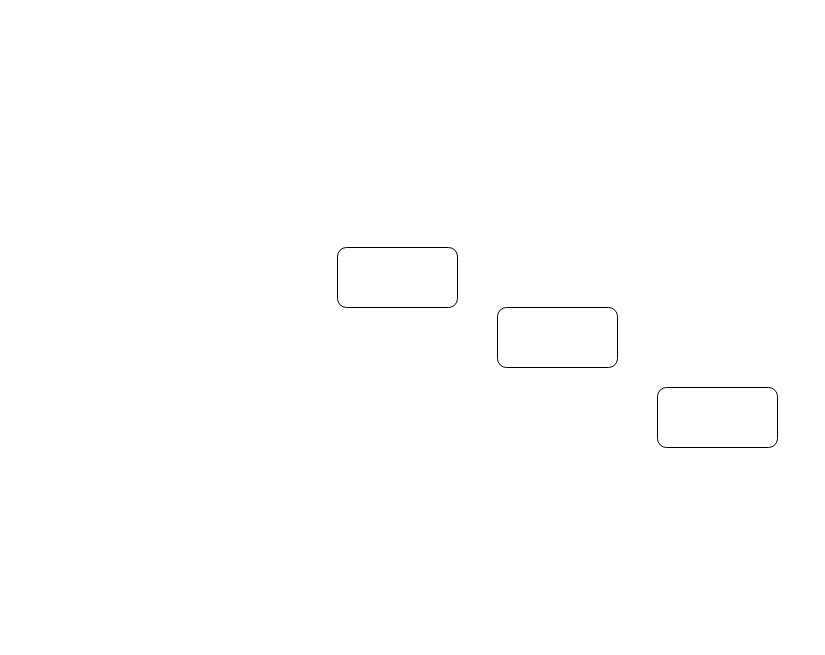
Before: Diagrama sin título.drawio in otrolemao/ModeloDatos, a draw.io diagram. Source tidied: cells renumbered, new cells numbered last; positions are measured from the earlier drawing's top-left corner, leaving out a move shared by most shapes. Both pictures are drawn from the tidied source at 100%, with x=0, y=0 at pixel (337, 247).
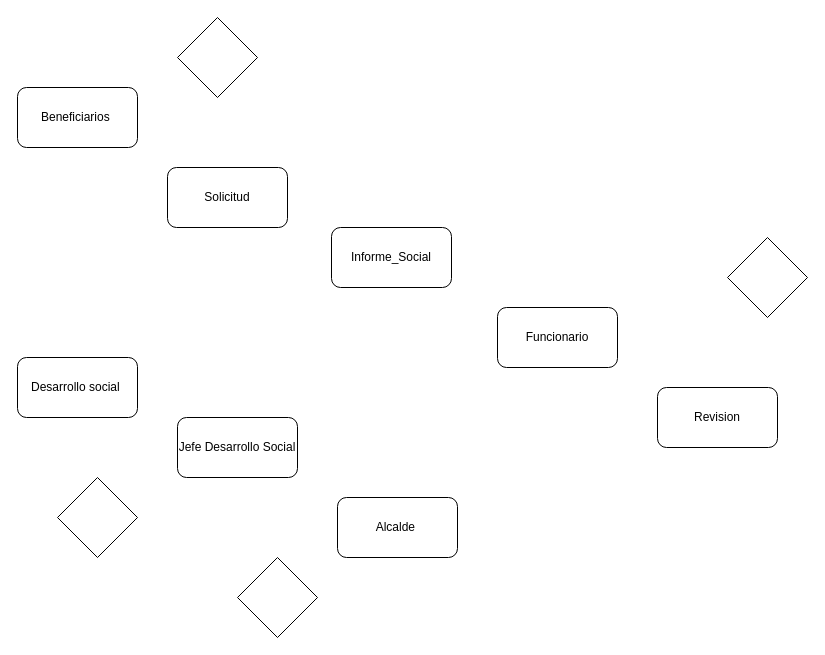
The same page after the edit.

What changed in the source:
```diff
@@
 <mxGraphModel>
   <root>
     <mxCell id="0" />
     <mxCell id="1" parent="0" />
-    <mxCell id="2" style="rounded=1;whiteSpace=wrap;html=1;" parent="1" vertex="1">
-      <mxGeometry width="120" height="60" as="geometry" />
+    <mxCell id="2" value="Beneficiarios&amp;nbsp;" style="rounded=1;whiteSpace=wrap;html=1;" parent="1" vertex="1">
+      <mxGeometry x="-320" y="-160" width="120" height="60" as="geometry" />
     </mxCell>
-    <mxCell id="3" style="rounded=1;whiteSpace=wrap;html=1;" parent="1" vertex="1">
+    <mxCell id="3" value="Revision" style="rounded=1;whiteSpace=wrap;html=1;" parent="1" vertex="1">
       <mxGeometry x="320" y="140" width="120" height="60" as="geometry" />
     </mxCell>
-    <mxCell id="4" style="rounded=1;whiteSpace=wrap;html=1;" parent="1" vertex="1">
+    <mxCell id="4" value="Funcionario" style="rounded=1;whiteSpace=wrap;html=1;" parent="1" vertex="1">
       <mxGeometry x="160" y="60" width="120" height="60" as="geometry" />
     </mxCell>
+    <mxCell id="5" value="Desarrollo social&amp;nbsp;" style="rounded=1;whiteSpace=wrap;html=1;" parent="1" vertex="1">
+      <mxGeometry x="-320" y="110" width="120" height="60" as="geometry" />
+    </mxCell>
+    <mxCell id="6" value="Alcalde&amp;nbsp;" style="rounded=1;whiteSpace=wrap;html=1;" parent="1" vertex="1">
+      <mxGeometry y="250" width="120" height="60" as="geometry" />
+    </mxCell>
+    <mxCell id="7" value="Jefe Desarrollo Social" style="rounded=1;whiteSpace=wrap;html=1;" parent="1" vertex="1">
+      <mxGeometry x="-160" y="170" width="120" height="60" as="geometry" />
+    </mxCell>
+    <mxCell id="8" style="rhombus;whiteSpace=wrap;html=1;" parent="1" vertex="1">
+      <mxGeometry x="-160" y="-230" width="80" height="80" as="geometry" />
+    </mxCell>
+    <mxCell id="9" style="rhombus;whiteSpace=wrap;html=1;" parent="1" vertex="1">
+      <mxGeometry x="390" y="-10" width="80" height="80" as="geometry" />
+    </mxCell>
+    <mxCell id="10" style="rhombus;whiteSpace=wrap;html=1;" parent="1" vertex="1">
+      <mxGeometry x="-280" y="230" width="80" height="80" as="geometry" />
+    </mxCell>
+    <mxCell id="11" style="rhombus;whiteSpace=wrap;html=1;" parent="1" vertex="1">
+      <mxGeometry x="-100" y="310" width="80" height="80" as="geometry" />
+    </mxCell>
+    <mxCell id="12" value="Solicitud" style="rounded=1;whiteSpace=wrap;html=1;" parent="1" vertex="1">
+      <mxGeometry x="-170" y="-80" width="120" height="60" as="geometry" />
+    </mxCell>
+    <mxCell id="13" value="Informe_Social" style="rounded=1;whiteSpace=wrap;html=1;" parent="1" vertex="1">
+      <mxGeometry x="-6" y="-20" width="120" height="60" as="geometry" />
+    </mxCell>
   </root>
 </mxGraphModel>
```
